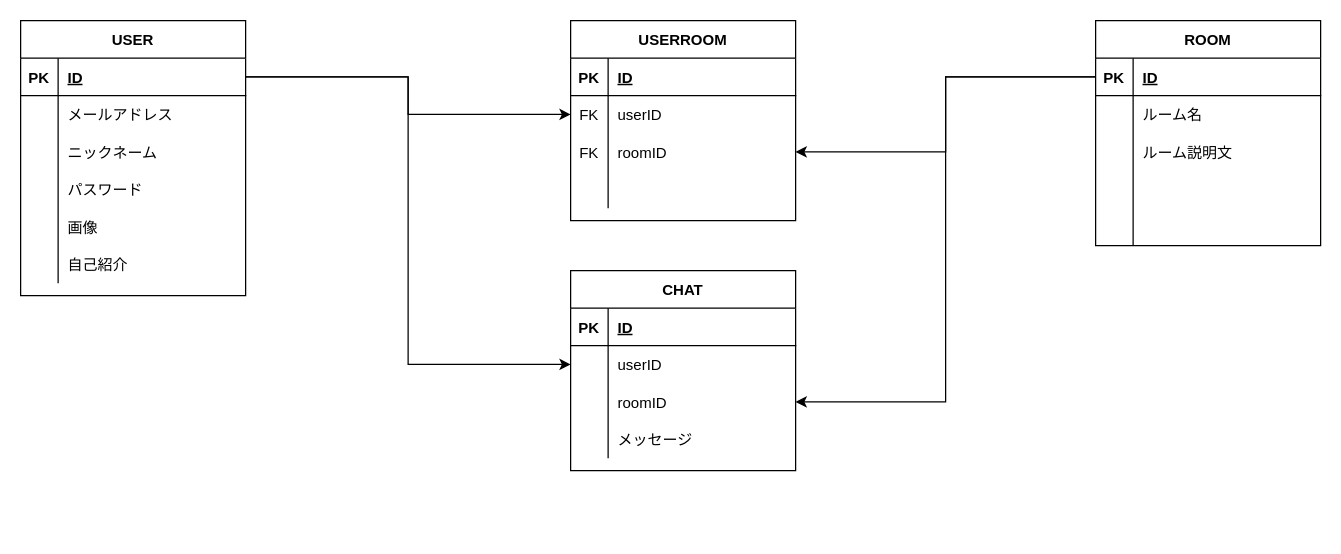
This is ジムトモER図.drawio from 74905/kintore_app, a draw.io file, before an edit. Source tidied: cells renumbered, new cells numbered last; positions are measured from the earlier drawing's top-left corner, leaving out a move shared by most shapes. Both pictures are drawn from the tidied source at 125%, with x=0, y=0 at pixel (20, 20).
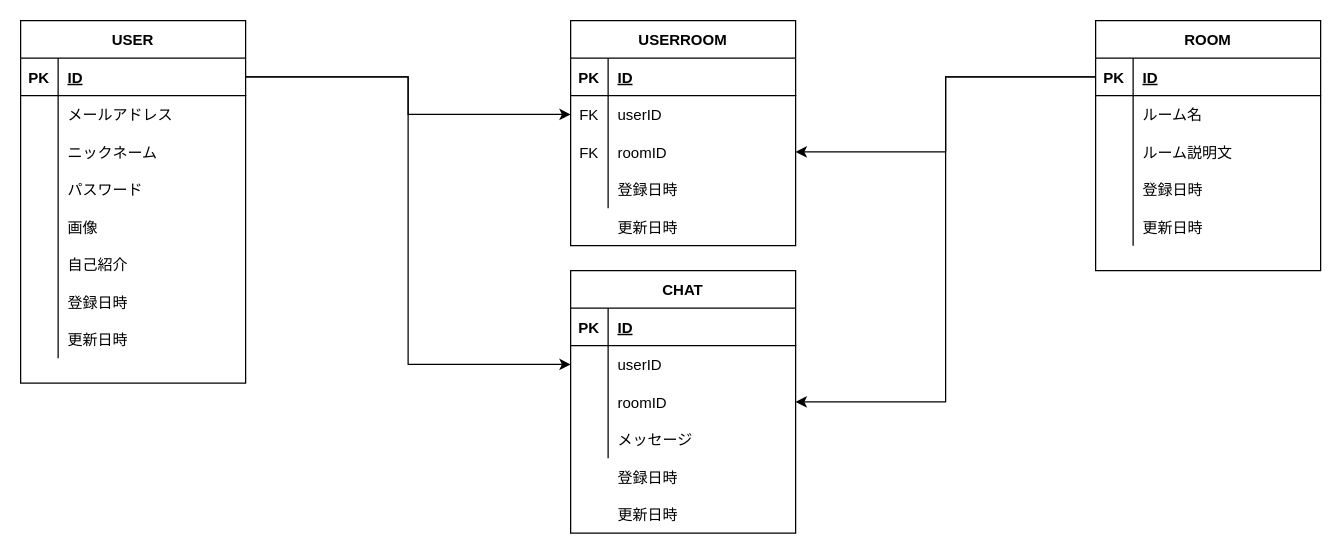
After the change.

Commit message (it also covers changes not shown here):
ジムトモER図.drawio を更新します

Change to the diagram source:
```diff
@@
     <mxCell id="2" value="USER" style="shape=table;startSize=30;childLayout=tableLayout;rowLines=0;fontStyle=1;align=center;" parent="1" vertex="1">
-      <mxGeometry width="180" height="220" as="geometry" />
+      <mxGeometry width="180" height="290" as="geometry" />
     </mxCell>
@@
+    <mxCell id="67" style="shape=partialRectangle;fillColor=none;top=0;left=0;bottom=0;right=0;" parent="2" vertex="1">
+      <mxGeometry y="210" width="180" height="30" as="geometry" />
+    </mxCell>
+    <mxCell id="68" style="shape=partialRectangle;fillColor=none;top=0;left=0;bottom=0;right=0;overflow=hidden;" parent="67" vertex="1">
+      <mxGeometry width="30" height="30" as="geometry" />
+    </mxCell>
+    <mxCell id="69" value="登録日時" style="shape=partialRectangle;fillColor=none;top=0;left=0;bottom=0;right=0;align=left;spacingLeft=6;overflow=hidden;" parent="67" vertex="1">
+      <mxGeometry x="30" width="150" height="30" as="geometry" />
+    </mxCell>
+    <mxCell id="70" style="shape=partialRectangle;fillColor=none;top=0;left=0;bottom=0;right=0;" parent="2" vertex="1">
+      <mxGeometry y="240" width="180" height="30" as="geometry" />
+    </mxCell>
+    <mxCell id="71" style="shape=partialRectangle;fillColor=none;top=0;left=0;bottom=0;right=0;overflow=hidden;" parent="70" vertex="1">
+      <mxGeometry width="30" height="30" as="geometry" />
+    </mxCell>
+    <mxCell id="72" value="更新日時" style="shape=partialRectangle;fillColor=none;top=0;left=0;bottom=0;right=0;align=left;spacingLeft=6;overflow=hidden;" parent="70" vertex="1">
+      <mxGeometry x="30" width="150" height="30" as="geometry" />
+    </mxCell>
     <mxCell id="21" value="ROOM" style="shape=table;startSize=30;childLayout=tableLayout;rowLines=0;fontStyle=1;align=center;" parent="1" vertex="1">
-      <mxGeometry x="860" width="180" height="180" as="geometry" />
+      <mxGeometry x="860" width="180" height="200" as="geometry" />
     </mxCell>
@@
     <mxCell id="37" value="USERROOM" style="shape=table;startSize=30;childLayout=tableLayout;rowLines=0;fontStyle=1;align=center;" parent="1" vertex="1">
-      <mxGeometry x="440" width="180" height="160" as="geometry" />
+      <mxGeometry x="440" width="180" height="180" as="geometry" />
     </mxCell>
@@
     <mxCell id="52" value="CHAT" style="shape=table;startSize=30;childLayout=tableLayout;rowLines=0;fontStyle=1;align=center;" parent="1" vertex="1">
-      <mxGeometry x="440" y="200" width="180" height="160" as="geometry" />
+      <mxGeometry x="440" y="200" width="180" height="210" as="geometry" />
     </mxCell>
@@
+    <mxCell id="73" value="登録日時" style="shape=partialRectangle;fillColor=none;top=0;left=0;bottom=0;right=0;align=left;spacingLeft=6;overflow=hidden;" parent="1" vertex="1">
+      <mxGeometry x="470" y="120" width="150" height="30" as="geometry" />
+    </mxCell>
+    <mxCell id="74" value="更新日時" style="shape=partialRectangle;fillColor=none;top=0;left=0;bottom=0;right=0;align=left;spacingLeft=6;overflow=hidden;" parent="1" vertex="1">
+      <mxGeometry x="470" y="150" width="150" height="30" as="geometry" />
+    </mxCell>
+    <mxCell id="75" style="shape=partialRectangle;fillColor=none;top=0;left=0;bottom=0;right=0;" parent="1" vertex="1">
+      <mxGeometry x="440" y="340" width="180" height="40" as="geometry" />
+    </mxCell>
+    <mxCell id="76" style="shape=partialRectangle;fillColor=none;top=0;left=0;bottom=0;right=0;overflow=hidden;" parent="75" vertex="1">
+      <mxGeometry width="30" height="30" as="geometry" />
+    </mxCell>
+    <mxCell id="77" value="登録日時" style="shape=partialRectangle;fillColor=none;top=0;left=0;bottom=0;right=0;align=left;spacingLeft=6;overflow=hidden;" parent="75" vertex="1">
+      <mxGeometry x="30" y="10" width="150" height="30" as="geometry" />
+    </mxCell>
+    <mxCell id="78" value="更新日時" style="shape=partialRectangle;fillColor=none;top=0;left=0;bottom=0;right=0;align=left;spacingLeft=6;overflow=hidden;" parent="1" vertex="1">
+      <mxGeometry x="470" y="380" width="150" height="30" as="geometry" />
+    </mxCell>
+    <mxCell id="79" value="登録日時" style="shape=partialRectangle;fillColor=none;top=0;left=0;bottom=0;right=0;align=left;spacingLeft=6;overflow=hidden;" parent="1" vertex="1">
+      <mxGeometry x="890" y="120" width="150" height="30" as="geometry" />
+    </mxCell>
+    <mxCell id="80" value="更新日時" style="shape=partialRectangle;fillColor=none;top=0;left=0;bottom=0;right=0;align=left;spacingLeft=6;overflow=hidden;" parent="1" vertex="1">
+      <mxGeometry x="890" y="150" width="150" height="30" as="geometry" />
+    </mxCell>
```
